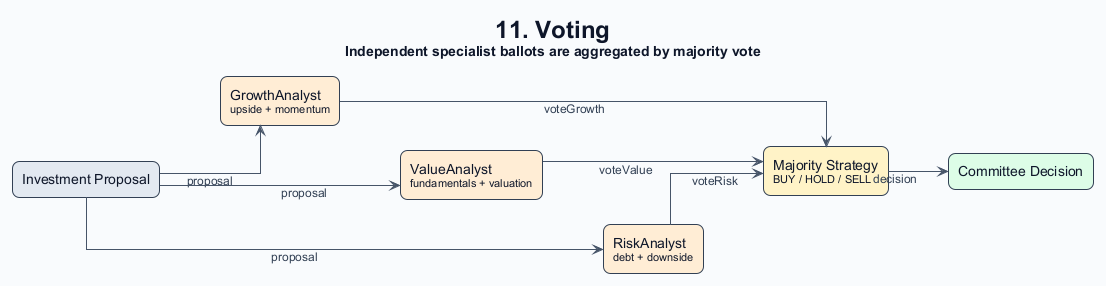
This is docs/pattern-voting.png from roryp/matrixagents, a PlantUML export, as it was before one commit.
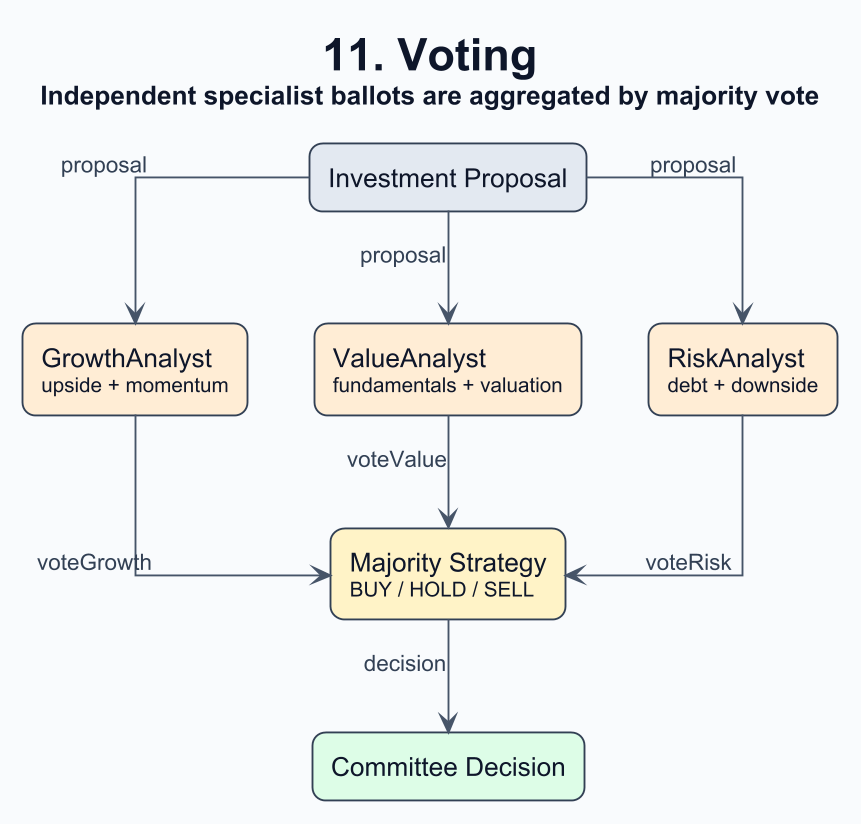
Above is the later version.

Diff of the diagram source:
```diff
@@ -3,7 +3,7 @@
 
 title 11. Voting\n<size:14>Independent specialist ballots are aggregated by majority vote</size>
 
-left to right direction
+top to bottom direction
 
 rectangle "Investment Proposal" as input #E2E8F0
 rectangle "GrowthAnalyst\n<size:11>upside + momentum</size>" as growth #FFEDD5
@@ -20,7 +20,7 @@
 risk --> majority : voteRisk
 majority --> output : decision
 
-growth -[hidden]down-> value
-value -[hidden]down-> risk
+growth -[hidden]right-> value
+value -[hidden]right-> risk
 
 @enduml
```
